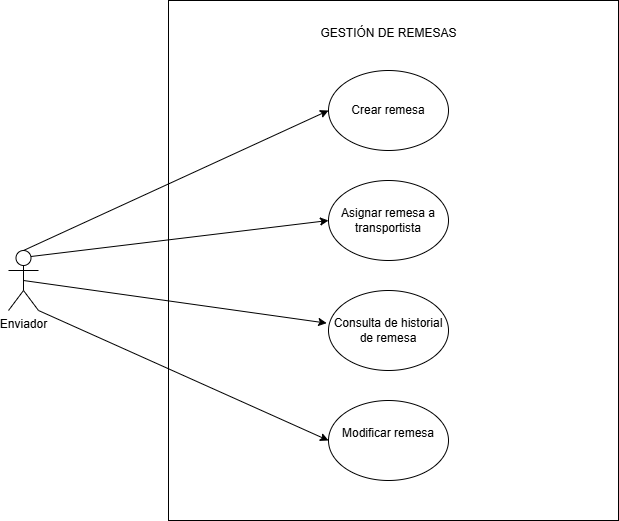
Before: Memoria/imagenes/Analisis/gestionderemesas.png, a diagram exported from draw.io (Juanjomrtz19/Trabajo-de-fin-de-grado-BlockTrack). Source tidied: cells renumbered, new cells last; positions are measured from the earlier drawing's top-left corner, leaving out a move shared by most shapes. Source of this version:
```xml
<mxGraphModel>
  <root>
    <mxCell id="0" />
    <mxCell id="1" parent="0" />
    <mxCell id="2" style="rounded=0;whiteSpace=wrap;html=1;" parent="1" vertex="1">
      <mxGeometry x="160" width="450" height="520" as="geometry" />
    </mxCell>
    <mxCell id="3" value="Crear remesa" style="ellipse;whiteSpace=wrap;html=1;" parent="1" vertex="1">
      <mxGeometry x="320" y="70" width="120" height="80" as="geometry" />
    </mxCell>
    <mxCell id="4" value="Asignar remesa a transportista" style="ellipse;whiteSpace=wrap;html=1;" parent="1" vertex="1">
      <mxGeometry x="320" y="180" width="120" height="80" as="geometry" />
    </mxCell>
    <mxCell id="5" value="Consulta de historial de remesa" style="ellipse;whiteSpace=wrap;html=1;" parent="1" vertex="1">
      <mxGeometry x="320" y="290" width="120" height="80" as="geometry" />
    </mxCell>
    <mxCell id="6" value="Modificar remesa&lt;div&gt;&lt;br&gt;&lt;/div&gt;" style="ellipse;whiteSpace=wrap;html=1;" parent="1" vertex="1">
      <mxGeometry x="320" y="400" width="120" height="80" as="geometry" />
    </mxCell>
    <mxCell id="7" value="Enviador&lt;div&gt;&lt;br&gt;&lt;/div&gt;" style="shape=umlActor;verticalLabelPosition=bottom;verticalAlign=top;html=1;" parent="1" vertex="1">
      <mxGeometry y="250" width="30" height="60" as="geometry" />
    </mxCell>
    <mxCell id="8" style="endArrow=classic;html=1;rounded=0;entryX=0;entryY=0.5;entryDx=0;entryDy=0;exitX=0.5;exitY=0;exitDx=0;exitDy=0;exitPerimeter=0;" parent="1" edge="1" source="7" target="3">
      <mxGeometry relative="1" as="geometry" />
    </mxCell>
    <mxCell id="9" style="endArrow=classic;html=1;rounded=0;entryX=0;entryY=0.5;entryDx=0;entryDy=0;exitX=0.75;exitY=0.1;exitDx=0;exitDy=0;exitPerimeter=0;" parent="1" edge="1" source="7" target="4">
      <mxGeometry relative="1" as="geometry" />
    </mxCell>
    <mxCell id="10" style="endArrow=classic;html=1;rounded=0;entryX=-0.015;entryY=0.408;entryDx=0;entryDy=0;entryPerimeter=0;exitX=0.5;exitY=0.5;exitDx=0;exitDy=0;exitPerimeter=0;" parent="1" edge="1" source="7" target="5">
      <mxGeometry relative="1" as="geometry" />
    </mxCell>
    <mxCell id="11" style="endArrow=classic;html=1;rounded=0;entryX=0;entryY=0.5;entryDx=0;entryDy=0;exitX=1;exitY=1;exitDx=0;exitDy=0;exitPerimeter=0;" parent="1" edge="1" source="7" target="6">
      <mxGeometry relative="1" as="geometry" />
    </mxCell>
    <mxCell id="12" value="&lt;div&gt;GESTIÓN DE REMESAS&lt;/div&gt;&lt;div&gt;&lt;br&gt;&lt;/div&gt;" style="text;html=1;align=center;verticalAlign=middle;strokeColor=none;fillColor=none;" parent="1" vertex="1">
      <mxGeometry x="300" y="20" width="160" height="40" as="geometry" />
    </mxCell>
  </root>
</mxGraphModel>
```
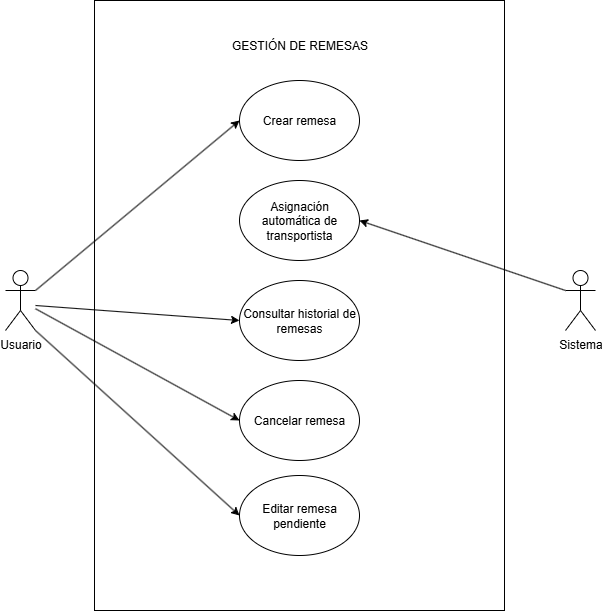
Later version of the same file.

What changed in the source:
```diff
@@ -2,38 +2,53 @@
   <root>
     <mxCell id="0" />
     <mxCell id="1" parent="0" />
-    <mxCell id="2" style="rounded=0;whiteSpace=wrap;html=1;" parent="1" vertex="1">
-      <mxGeometry x="160" width="450" height="520" as="geometry" />
-    </mxCell>
+    <mxCell id="13" style="rounded=0;whiteSpace=wrap;html=1;" parent="1" vertex="1">
+      <mxGeometry x="175" y="-10" width="410" height="610" as="geometry" />
+    </mxCell>
+    <mxCell id="12" value="GESTIÓN DE REMESAS" style="text;html=1;align=center;verticalAlign=middle;strokeColor=none;fillColor=none;" parent="1" vertex="1">
+      <mxGeometry x="300" y="20" width="160" height="30" as="geometry" />
+    </mxCell>
     <mxCell id="3" value="Crear remesa" style="ellipse;whiteSpace=wrap;html=1;" parent="1" vertex="1">
       <mxGeometry x="320" y="70" width="120" height="80" as="geometry" />
     </mxCell>
-    <mxCell id="4" value="Asignar remesa a transportista" style="ellipse;whiteSpace=wrap;html=1;" parent="1" vertex="1">
-      <mxGeometry x="320" y="180" width="120" height="80" as="geometry" />
-    </mxCell>
-    <mxCell id="5" value="Consulta de historial de remesa" style="ellipse;whiteSpace=wrap;html=1;" parent="1" vertex="1">
-      <mxGeometry x="320" y="290" width="120" height="80" as="geometry" />
-    </mxCell>
-    <mxCell id="6" value="Modificar remesa&lt;div&gt;&lt;br&gt;&lt;/div&gt;" style="ellipse;whiteSpace=wrap;html=1;" parent="1" vertex="1">
-      <mxGeometry x="320" y="400" width="120" height="80" as="geometry" />
-    </mxCell>
-    <mxCell id="7" value="Enviador&lt;div&gt;&lt;br&gt;&lt;/div&gt;" style="shape=umlActor;verticalLabelPosition=bottom;verticalAlign=top;html=1;" parent="1" vertex="1">
-      <mxGeometry y="250" width="30" height="60" as="geometry" />
-    </mxCell>
-    <mxCell id="8" style="endArrow=classic;html=1;rounded=0;entryX=0;entryY=0.5;entryDx=0;entryDy=0;exitX=0.5;exitY=0;exitDx=0;exitDy=0;exitPerimeter=0;" parent="1" edge="1" source="7" target="3">
-      <mxGeometry relative="1" as="geometry" />
-    </mxCell>
-    <mxCell id="9" style="endArrow=classic;html=1;rounded=0;entryX=0;entryY=0.5;entryDx=0;entryDy=0;exitX=0.75;exitY=0.1;exitDx=0;exitDy=0;exitPerimeter=0;" parent="1" edge="1" source="7" target="4">
-      <mxGeometry relative="1" as="geometry" />
-    </mxCell>
-    <mxCell id="10" style="endArrow=classic;html=1;rounded=0;entryX=-0.015;entryY=0.408;entryDx=0;entryDy=0;entryPerimeter=0;exitX=0.5;exitY=0.5;exitDx=0;exitDy=0;exitPerimeter=0;" parent="1" edge="1" source="7" target="5">
-      <mxGeometry relative="1" as="geometry" />
-    </mxCell>
-    <mxCell id="11" style="endArrow=classic;html=1;rounded=0;entryX=0;entryY=0.5;entryDx=0;entryDy=0;exitX=1;exitY=1;exitDx=0;exitDy=0;exitPerimeter=0;" parent="1" edge="1" source="7" target="6">
-      <mxGeometry relative="1" as="geometry" />
-    </mxCell>
-    <mxCell id="12" value="&lt;div&gt;GESTIÓN DE REMESAS&lt;/div&gt;&lt;div&gt;&lt;br&gt;&lt;/div&gt;" style="text;html=1;align=center;verticalAlign=middle;strokeColor=none;fillColor=none;" parent="1" vertex="1">
-      <mxGeometry x="300" y="20" width="160" height="40" as="geometry" />
-    </mxCell>
+    <mxCell id="14" value="Asignación automática de transportista" style="ellipse;whiteSpace=wrap;html=1;" parent="1" vertex="1">
+      <mxGeometry x="320" y="170" width="120" height="80" as="geometry" />
+    </mxCell>
+    <mxCell id="15" value="Consultar historial de remesas" style="ellipse;whiteSpace=wrap;html=1;" parent="1" vertex="1">
+      <mxGeometry x="320" y="270" width="120" height="80" as="geometry" />
+    </mxCell>
+    <mxCell id="16" value="Cancelar remesa" style="ellipse;whiteSpace=wrap;html=1;" parent="1" vertex="1">
+      <mxGeometry x="320" y="370" width="120" height="80" as="geometry" />
+    </mxCell>
+    <mxCell id="17" value="Editar remesa pendiente" style="ellipse;whiteSpace=wrap;html=1;" parent="1" vertex="1">
+      <mxGeometry x="320" y="465" width="120" height="80" as="geometry" />
+    </mxCell>
+    <mxCell id="18" value="Usuario" style="shape=umlActor;verticalLabelPosition=bottom;verticalAlign=top;html=1;outlineConnect=0;" parent="1" vertex="1">
+      <mxGeometry x="86" y="260" width="30" height="60" as="geometry" />
+    </mxCell>
+    <mxCell id="19" value="Sistema" style="shape=umlActor;verticalLabelPosition=bottom;verticalAlign=top;html=1;outlineConnect=0;" parent="1" vertex="1">
+      <mxGeometry x="646" y="260" width="30" height="60" as="geometry" />
+    </mxCell>
+    <mxCell id="20" style="endArrow=classic;html=1;rounded=0;entryX=0;entryY=0.5;entryDx=0;entryDy=0;" parent="1" edge="1" target="3">
+      <mxGeometry relative="1" as="geometry">
+        <mxPoint x="116" y="280" as="sourcePoint" />
+      </mxGeometry>
+    </mxCell>
+    <mxCell id="21" style="endArrow=classic;html=1;rounded=0;entryX=0;entryY=0.5;entryDx=0;entryDy=0;" parent="1" edge="1" target="15">
+      <mxGeometry relative="1" as="geometry">
+        <mxPoint x="116" y="295" as="sourcePoint" />
+      </mxGeometry>
+    </mxCell>
+    <mxCell id="22" style="endArrow=classic;html=1;rounded=0;entryX=0;entryY=0.5;entryDx=0;entryDy=0;" parent="1" edge="1" source="18" target="16">
+      <mxGeometry relative="1" as="geometry" />
+    </mxCell>
+    <mxCell id="23" style="endArrow=classic;html=1;rounded=0;entryX=0;entryY=0.5;entryDx=0;entryDy=0;" parent="1" edge="1" target="17">
+      <mxGeometry relative="1" as="geometry">
+        <mxPoint x="116" y="320" as="sourcePoint" />
+      </mxGeometry>
+    </mxCell>
+    <mxCell id="24" style="endArrow=classic;html=1;rounded=0;entryX=1;entryY=0.5;entryDx=0;entryDy=0;exitX=0;exitY=0.3333333333333333;exitDx=0;exitDy=0;exitPerimeter=0;" parent="1" edge="1" source="19" target="14">
+      <mxGeometry relative="1" as="geometry" />
+    </mxCell>
   </root>
 </mxGraphModel>
```
